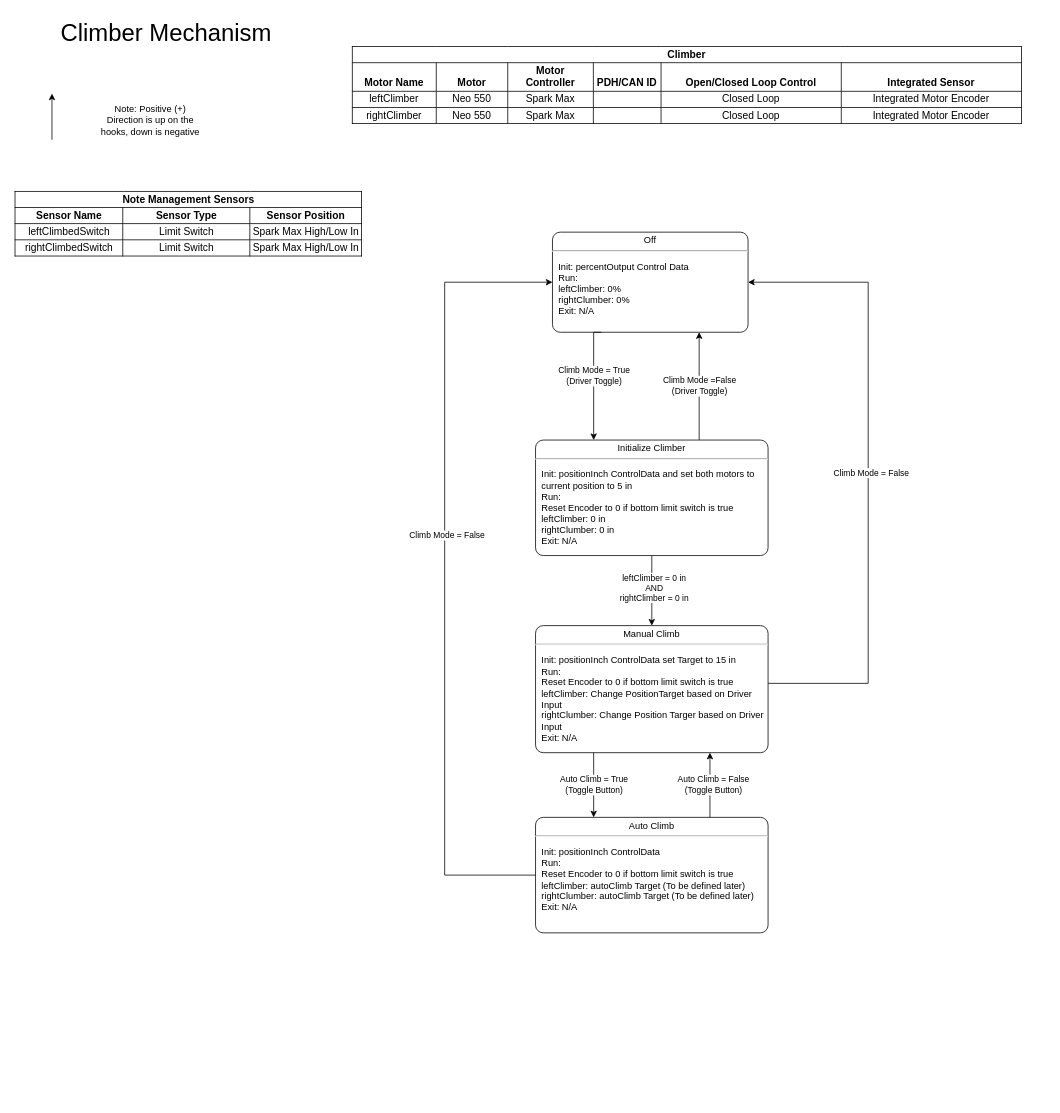
Earlier version of the draw.io diagram CodeDocumentation/Climber State Diagram.drawio (Team302/2024Crescendo). Source tidied: cells renumbered, new cells numbered last; positions are measured from the earlier drawing's top-left corner, leaving out a move shared by most shapes. Both pictures are drawn from the tidied source at 77%, with x=0, y=0 at pixel (13, 13).
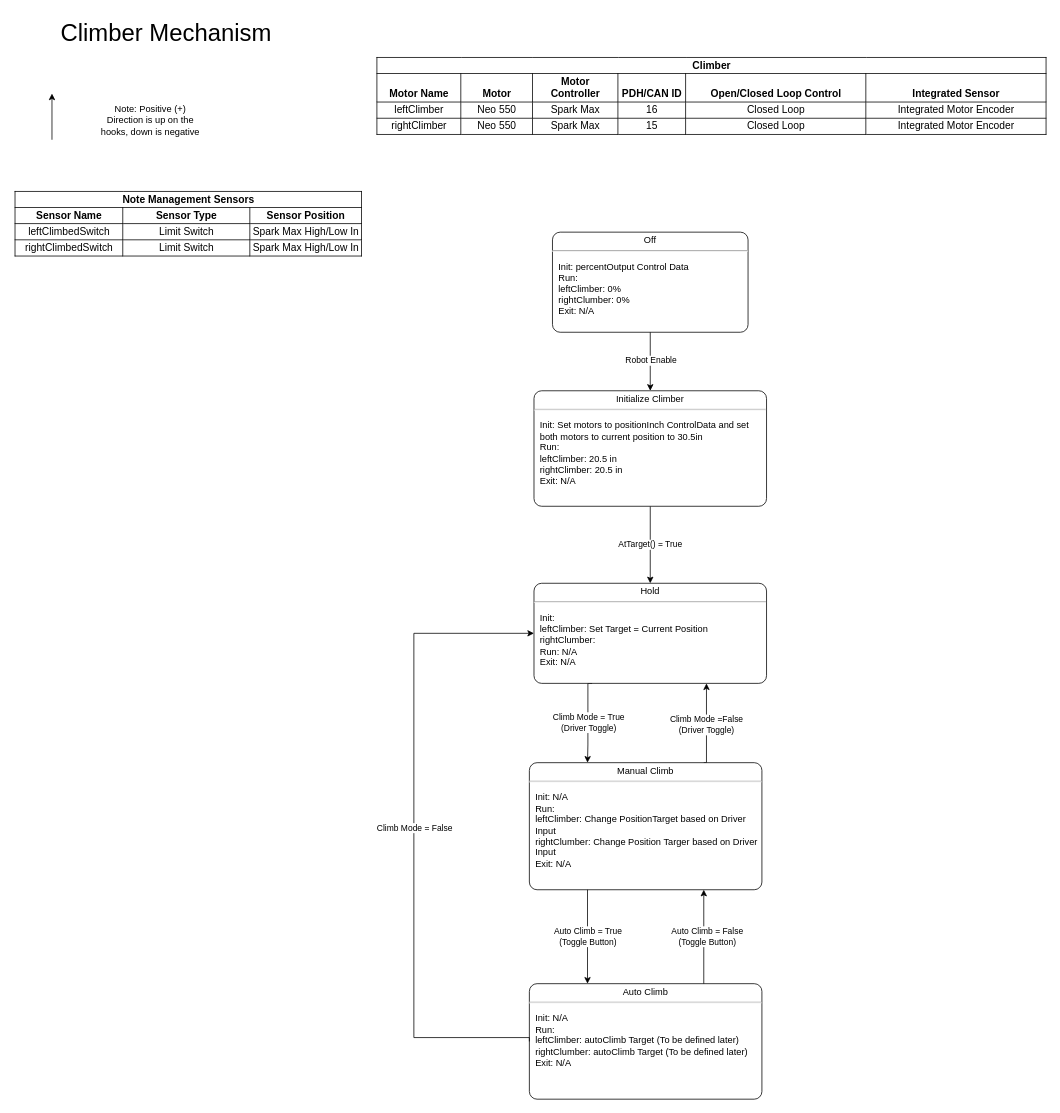
The same page after the edit.

The change refers to these unchanged cells:
```xml
<mxCell id="3" value="&lt;p style=&quot;margin:0px;margin-top:4px;text-align:center;&quot;&gt;Off&lt;/p&gt;&lt;hr&gt;&lt;p&gt;&lt;/p&gt;&lt;p style=&quot;margin:0px;margin-left:8px;text-align:left;&quot;&gt;Init: percentOutput Control Data&lt;br&gt;Run:&amp;nbsp;&lt;/p&gt;&lt;p style=&quot;margin:0px;margin-left:8px;text-align:left;&quot;&gt;leftClimber: 0%&lt;/p&gt;&lt;p style=&quot;margin:0px;margin-left:8px;text-align:left;&quot;&gt;rightClumber: 0%&lt;/p&gt;&lt;p style=&quot;margin:0px;margin-left:8px;text-align:left;&quot;&gt;Exit: N/A&lt;/p&gt;" style="shape=mxgraph.sysml.simpleState;html=1;overflow=fill;whiteSpace=wrap;align=center;" parent="1" vertex="1">
  <mxGeometry x="700" y="284" width="254" height="130" as="geometry" />
</mxCell>
```

The edit, as a diff of the source:
```diff
@@
-    <mxCell id="4" value="&#10;&lt;table style=&quot;table-layout:fixed;font-size:10pt;font-family:Arial;width:0px;border-collapse:collapse;border:none&quot; border=&quot;1&quot; dir=&quot;ltr&quot; cellpadding=&quot;0&quot; cellspacing=&quot;0&quot; xmlns=&quot;http://www.w3.org/1999/xhtml&quot;&gt;&lt;colgroup&gt;&lt;col width=&quot;109&quot;&gt;&lt;col width=&quot;93&quot;&gt;&lt;col width=&quot;111&quot;&gt;&lt;col width=&quot;88&quot;&gt;&lt;col width=&quot;234&quot;&gt;&lt;col width=&quot;234&quot;&gt;&lt;/colgroup&gt;&lt;tbody&gt;&lt;tr style=&quot;height:21px;&quot;&gt;&lt;td colspan=&quot;6&quot; rowspan=&quot;1&quot; style=&quot;border-top:1px solid #000000;border-right:1px solid #000000;border-bottom:1px solid #000000;border-left:1px solid #000000;overflow:hidden;padding:2px 3px 2px 3px;vertical-align:bottom;font-weight:bold;text-align:center;&quot;&gt;Climber&lt;/td&gt;&lt;/tr&gt;&lt;tr style=&quot;height:21px;&quot;&gt;&lt;td style=&quot;border-right:1px solid #000000;border-bottom:1px solid #000000;border-left:1px solid #000000;overflow:hidden;padding:2px 3px 2px 3px;vertical-align:bottom;font-weight:bold;text-align:center;&quot;&gt;Motor Name&lt;/td&gt;&lt;td style=&quot;border-right:1px solid #000000;border-bottom:1px solid #000000;overflow:hidden;padding:2px 3px 2px 3px;vertical-align:bottom;font-weight:bold;text-align:center;&quot;&gt;Motor&lt;/td&gt;&lt;td style=&quot;border-right:1px solid #000000;border-bottom:1px solid #000000;overflow:hidden;padding:2px 3px 2px 3px;vertical-align:bottom;font-weight:bold;text-align:center;&quot;&gt;Motor Controller&lt;/td&gt;&lt;td style=&quot;border-right:1px solid #000000;border-bottom:1px solid #000000;overflow:hidden;padding:2px 3px 2px 3px;vertical-align:bottom;font-weight:bold;text-align:center;&quot;&gt;PDH/CAN ID&lt;/td&gt;&lt;td style=&quot;border-right:1px solid #000000;border-bottom:1px solid #000000;overflow:hidden;padding:2px 3px 2px 3px;vertical-align:bottom;font-weight:bold;text-align:center;&quot;&gt;Open/Closed Loop Control&lt;/td&gt;&lt;td style=&quot;border-right:1px solid #000000;border-bottom:1px solid #000000;overflow:hidden;padding:2px 3px 2px 3px;vertical-align:bottom;font-weight:bold;text-align:center;&quot;&gt;Integrated Sensor&lt;/td&gt;&lt;/tr&gt;&lt;tr style=&quot;height:21px;&quot;&gt;&lt;td style=&quot;border-right:1px solid #000000;border-bottom:1px solid #000000;border-left:1px solid #000000;overflow:hidden;padding:2px 3px 2px 3px;vertical-align:middle;text-align:center;&quot;&gt;leftClimber&lt;/td&gt;&lt;td style=&quot;border-right:1px solid #000000;border-bottom:1px solid #000000;overflow:hidden;padding:2px 3px 2px 3px;vertical-align:middle;text-align:center;&quot;&gt;Neo 550&lt;/td&gt;&lt;td style=&quot;border-right:1px solid #000000;border-bottom:1px solid #000000;overflow:hidden;padding:2px 3px 2px 3px;vertical-align:middle;text-align:center;&quot;&gt;Spark Max&lt;/td&gt;&lt;td style=&quot;border-right:1px solid #000000;border-bottom:1px solid #000000;overflow:hidden;padding:2px 3px 2px 3px;vertical-align:middle;&quot;&gt;&lt;/td&gt;&lt;td style=&quot;border-right:1px solid #000000;border-bottom:1px solid #000000;overflow:hidden;padding:2px 3px 2px 3px;vertical-align:middle;text-align:center;&quot;&gt;Closed Loop&lt;/td&gt;&lt;td style=&quot;border-right: 1px solid rgb(0, 0, 0); border-bottom: 1px solid rgb(0, 0, 0); overflow: hidden; padding: 2px 3px; vertical-align: middle; overflow-wrap: break-word; text-align: center;&quot;&gt;Integrated Motor Encoder&lt;/td&gt;&lt;/tr&gt;&lt;tr style=&quot;height:21px;&quot;&gt;&lt;td style=&quot;border-right:1px solid #000000;border-bottom:1px solid #000000;border-left:1px solid #000000;overflow:hidden;padding:2px 3px 2px 3px;vertical-align:middle;text-align:center;&quot;&gt;rightClimber&lt;/td&gt;&lt;td style=&quot;border-right:1px solid #000000;border-bottom:1px solid #000000;overflow:hidden;padding:2px 3px 2px 3px;vertical-align:middle;text-align:center;&quot;&gt;Neo 550&lt;/td&gt;&lt;td style=&quot;border-right:1px solid #000000;border-bottom:1px solid #000000;overflow:hidden;padding:2px 3px 2px 3px;vertical-align:middle;text-align:center;&quot;&gt;Spark Max&lt;/td&gt;&lt;td style=&quot;border-right:1px solid #000000;border-bottom:1px solid #000000;overflow:hidden;padding:2px 3px 2px 3px;vertical-align:middle;&quot;&gt;&lt;/td&gt;&lt;td style=&quot;border-right:1px solid #000000;border-bottom:1px solid #000000;overflow:hidden;padding:2px 3px 2px 3px;vertical-align:middle;text-align:center;&quot;&gt;Closed Loop&lt;/td&gt;&lt;td style=&quot;border-right: 1px solid rgb(0, 0, 0); border-bottom: 1px solid rgb(0, 0, 0); overflow: hidden; padding: 2px 3px; vertical-align: middle; overflow-wrap: break-word; text-align: center;&quot;&gt;Integrated Motor Encoder&lt;/td&gt;&lt;/tr&gt;&lt;/tbody&gt;&lt;/table&gt;&#10;&#10;" style="text;html=1;strokeColor=none;fillColor=none;align=center;verticalAlign=middle;whiteSpace=wrap;rounded=0;" parent="1" vertex="1">
-      <mxGeometry x="769" y="50" width="211" height="100" as="geometry" />
-    </mxCell>
-    <mxCell id="5" value="&lt;p style=&quot;margin:0px;margin-top:4px;text-align:center;&quot;&gt;Initialize Climber&lt;/p&gt;&lt;hr&gt;&lt;p&gt;&lt;/p&gt;&lt;p style=&quot;margin:0px;margin-left:8px;text-align:left;&quot;&gt;Init: positionInch ControlData and set both motors to current position to 5 in&lt;br&gt;Run:&lt;/p&gt;&lt;p style=&quot;margin:0px;margin-left:8px;text-align:left;&quot;&gt;Reset Encoder to 0 if bottom limit switch is true&lt;/p&gt;&lt;p style=&quot;border-color: var(--border-color); margin: 0px 0px 0px 8px; text-align: left;&quot;&gt;leftClimber: 0 in&lt;/p&gt;&lt;p style=&quot;border-color: var(--border-color); margin: 0px 0px 0px 8px; text-align: left;&quot;&gt;rightClumber: 0 in&lt;/p&gt;&lt;p style=&quot;margin:0px;margin-left:8px;text-align:left;&quot;&gt;Exit: N/A&lt;/p&gt;" style="shape=mxgraph.sysml.simpleState;html=1;overflow=fill;whiteSpace=wrap;align=center;" parent="1" vertex="1">
-      <mxGeometry x="678" y="554" width="302" height="150" as="geometry" />
-    </mxCell>
@@
-    <mxCell id="8" style="edgeStyle=orthogonalEdgeStyle;rounded=0;jettySize=auto;html=1;entryX=0.25;entryY=0;entryDx=0;entryDy=0;entryPerimeter=0;exitX=0.25;exitY=1;exitDx=0;exitDy=0;exitPerimeter=0;" parent="1" edge="1" source="3" target="5">
+    <mxCell id="8" style="edgeStyle=orthogonalEdgeStyle;rounded=0;jettySize=auto;html=1;exitX=0.25;exitY=1;exitDx=0;exitDy=0;exitPerimeter=0;entryX=0.25;entryY=0;entryDx=0;entryDy=0;entryPerimeter=0;" parent="1" edge="1" source="28" target="12">
       <mxGeometry relative="1" as="geometry">
         <Array as="points">
-          <mxPoint x="753" y="414" />
-          <mxPoint x="753" y="554" />
+          <mxPoint x="746" y="870" />
+          <mxPoint x="746" y="950" />
         </Array>
       </mxGeometry>
     </mxCell>
     <mxCell id="9" value="Climb Mode = True&lt;br&gt;(Driver Toggle)" style="edgeLabel;html=1;align=center;verticalAlign=middle;" parent="8" vertex="1">
       <mxGeometry x="-0.11" y="3" relative="1" as="geometry">
-        <mxPoint x="-3" y="-1" as="offset" />
+        <mxPoint x="-3" y="8" as="offset" />
       </mxGeometry>
     </mxCell>
@@
-    <mxCell id="11" value="Climb Mode =False&lt;br&gt;(Driver Toggle)" style="edgeStyle=orthogonalEdgeStyle;rounded=0;jettySize=auto;html=1;entryX=0.75;entryY=1;entryDx=0;entryDy=0;entryPerimeter=0;" parent="1" edge="1" source="5" target="3">
+    <mxCell id="11" value="Climb Mode =False&lt;br&gt;(Driver Toggle)" style="edgeStyle=orthogonalEdgeStyle;rounded=0;jettySize=auto;html=1;entryX=0.75;entryY=1;entryDx=0;entryDy=0;entryPerimeter=0;exitX=0.75;exitY=0;exitDx=0;exitDy=0;exitPerimeter=0;" parent="1" edge="1" source="12">
       <mxGeometry relative="1" as="geometry">
+        <mxPoint x="900" y="870" as="targetPoint" />
         <Array as="points">
-          <mxPoint x="890" y="484" />
+          <mxPoint x="900" y="973" />
         </Array>
       </mxGeometry>
     </mxCell>
-    <mxCell id="12" value="&lt;p style=&quot;margin:0px;margin-top:4px;text-align:center;&quot;&gt;Manual Climb&lt;/p&gt;&lt;hr&gt;&lt;p&gt;&lt;/p&gt;&lt;p style=&quot;margin:0px;margin-left:8px;text-align:left;&quot;&gt;Init: positionInch ControlData set Target to 15 in&lt;br&gt;Run:&lt;/p&gt;&lt;p style=&quot;margin:0px;margin-left:8px;text-align:left;&quot;&gt;Reset Encoder to 0 if bottom limit switch is true&lt;/p&gt;&lt;p style=&quot;border-color: var(--border-color); margin: 0px 0px 0px 8px; text-align: left;&quot;&gt;leftClimber: Change PositionTarget based on Driver Input&lt;/p&gt;&lt;p style=&quot;border-color: var(--border-color); margin: 0px 0px 0px 8px; text-align: left;&quot;&gt;rightClumber: Change Position Targer based on Driver Input&lt;/p&gt;&lt;p style=&quot;margin:0px;margin-left:8px;text-align:left;&quot;&gt;Exit: N/A&lt;/p&gt;" style="shape=mxgraph.sysml.simpleState;html=1;overflow=fill;whiteSpace=wrap;align=center;" parent="1" vertex="1">
-      <mxGeometry x="678" y="795" width="302" height="165" as="geometry" />
+    <mxCell id="12" value="&lt;p style=&quot;margin:0px;margin-top:4px;text-align:center;&quot;&gt;Manual Climb&lt;/p&gt;&lt;hr&gt;&lt;p&gt;&lt;/p&gt;&lt;p style=&quot;margin:0px;margin-left:8px;text-align:left;&quot;&gt;Init: N/A&lt;br&gt;Run:&lt;/p&gt;&lt;p style=&quot;border-color: var(--border-color); margin: 0px 0px 0px 8px; text-align: left;&quot;&gt;leftClimber: Change PositionTarget based on Driver Input&lt;/p&gt;&lt;p style=&quot;border-color: var(--border-color); margin: 0px 0px 0px 8px; text-align: left;&quot;&gt;rightClumber: Change Position Targer based on Driver Input&lt;/p&gt;&lt;p style=&quot;margin:0px;margin-left:8px;text-align:left;&quot;&gt;Exit: N/A&lt;/p&gt;" style="shape=mxgraph.sysml.simpleState;html=1;overflow=fill;whiteSpace=wrap;align=center;" parent="1" vertex="1">
+      <mxGeometry x="670" y="973" width="302" height="165" as="geometry" />
     </mxCell>
-    <mxCell id="13" style="edgeStyle=orthogonalEdgeStyle;rounded=0;jettySize=auto;html=1;entryX=0.5;entryY=0;entryDx=0;entryDy=0;entryPerimeter=0;" parent="1" edge="1" source="5" target="12">
-      <mxGeometry relative="1" as="geometry" />
-    </mxCell>
-    <mxCell id="14" value="leftClimber = 0 in&lt;br&gt;AND&lt;br&gt;rightClimber = 0 in" style="edgeLabel;html=1;align=center;verticalAlign=middle;" parent="13" vertex="1">
-      <mxGeometry x="-0.09" y="2" relative="1" as="geometry" />
-    </mxCell>
-    <mxCell id="15" style="edgeStyle=orthogonalEdgeStyle;rounded=0;jettySize=auto;html=1;entryX=1;entryY=0.5;entryDx=0;entryDy=0;entryPerimeter=0;" parent="1" edge="1" source="12" target="3">
-      <mxGeometry relative="1" as="geometry">
-        <Array as="points">
-          <mxPoint x="1110" y="870" />
-          <mxPoint x="1110" y="349" />
-        </Array>
-      </mxGeometry>
-    </mxCell>
-    <mxCell id="16" value="Climb Mode = False" style="edgeLabel;html=1;align=center;verticalAlign=middle;" parent="15" vertex="1">
-      <mxGeometry y="-3" relative="1" as="geometry" />
-    </mxCell>
-    <mxCell id="17" value="&lt;p style=&quot;margin:0px;margin-top:4px;text-align:center;&quot;&gt;Auto Climb&lt;/p&gt;&lt;hr&gt;&lt;p&gt;&lt;/p&gt;&lt;p style=&quot;margin:0px;margin-left:8px;text-align:left;&quot;&gt;Init: positionInch ControlData&amp;nbsp;&lt;br&gt;Run:&lt;/p&gt;&lt;p style=&quot;margin:0px;margin-left:8px;text-align:left;&quot;&gt;Reset Encoder to 0 if bottom limit switch is true&lt;/p&gt;&lt;p style=&quot;border-color: var(--border-color); margin: 0px 0px 0px 8px; text-align: left;&quot;&gt;leftClimber: autoClimb Target (To be defined later)&lt;/p&gt;&lt;p style=&quot;border-color: var(--border-color); margin: 0px 0px 0px 8px; text-align: left;&quot;&gt;rightClumber: autoClimb Target (To be defined later)&lt;/p&gt;&lt;p style=&quot;margin:0px;margin-left:8px;text-align:left;&quot;&gt;Exit: N/A&lt;/p&gt;" style="shape=mxgraph.sysml.simpleState;html=1;overflow=fill;whiteSpace=wrap;align=center;" parent="1" vertex="1">
-      <mxGeometry x="678" y="1044" width="302" height="150" as="geometry" />
+    <mxCell id="17" value="&lt;p style=&quot;margin:0px;margin-top:4px;text-align:center;&quot;&gt;Auto Climb&lt;/p&gt;&lt;hr&gt;&lt;p&gt;&lt;/p&gt;&lt;p style=&quot;margin:0px;margin-left:8px;text-align:left;&quot;&gt;Init: N/A&lt;br&gt;Run:&lt;/p&gt;&lt;p style=&quot;margin:0px;margin-left:8px;text-align:left;&quot;&gt;&lt;span style=&quot;background-color: initial;&quot;&gt;leftClimber: autoClimb Target (To be defined later)&lt;/span&gt;&lt;br&gt;&lt;/p&gt;&lt;p style=&quot;border-color: var(--border-color); margin: 0px 0px 0px 8px; text-align: left;&quot;&gt;rightClumber: autoClimb Target (To be defined later)&lt;/p&gt;&lt;p style=&quot;margin:0px;margin-left:8px;text-align:left;&quot;&gt;Exit: N/A&lt;/p&gt;" style="shape=mxgraph.sysml.simpleState;html=1;overflow=fill;whiteSpace=wrap;align=center;" parent="1" vertex="1">
+      <mxGeometry x="670" y="1260" width="302" height="150" as="geometry" />
     </mxCell>
@@
-    <mxCell id="21" style="edgeStyle=orthogonalEdgeStyle;rounded=0;jettySize=auto;html=1;entryX=0;entryY=0.5;entryDx=0;entryDy=0;entryPerimeter=0;" parent="1" edge="1" source="17" target="3">
+    <mxCell id="21" style="edgeStyle=orthogonalEdgeStyle;rounded=0;jettySize=auto;html=1;entryX=0;entryY=0.5;entryDx=0;entryDy=0;entryPerimeter=0;exitX=0;exitY=0.5;exitDx=0;exitDy=0;exitPerimeter=0;" parent="1" edge="1" source="17" target="28">
       <mxGeometry relative="1" as="geometry">
         <Array as="points">
-          <mxPoint x="560" y="1119" />
-          <mxPoint x="560" y="349" />
+          <mxPoint x="670" y="1330" />
+          <mxPoint x="520" y="1330" />
+          <mxPoint x="520" y="805" />
         </Array>
       </mxGeometry>
     </mxCell>
     <mxCell id="22" value="Climb Mode = False" style="edgeLabel;html=1;align=center;verticalAlign=middle;" parent="21" vertex="1">
-      <mxGeometry x="0.09" y="-2" relative="1" as="geometry" />
+      <mxGeometry x="0.09" y="-2" relative="1" as="geometry">
+        <mxPoint x="-2" y="28" as="offset" />
+      </mxGeometry>
     </mxCell>
+    <mxCell id="23" value="&lt;table xmlns=&quot;http://www.w3.org/1999/xhtml&quot; cellspacing=&quot;0&quot; cellpadding=&quot;0&quot; dir=&quot;ltr&quot; border=&quot;1&quot; style=&quot;table-layout:fixed;font-size:10pt;font-family:Arial;width:0px;border-collapse:collapse;border:none&quot;&gt;&lt;colgroup&gt;&lt;col width=&quot;109&quot;&gt;&lt;col width=&quot;93&quot;&gt;&lt;col width=&quot;111&quot;&gt;&lt;col width=&quot;88&quot;&gt;&lt;col width=&quot;234&quot;&gt;&lt;col width=&quot;234&quot;&gt;&lt;/colgroup&gt;&lt;tbody&gt;&lt;tr style=&quot;height:21px;&quot;&gt;&lt;td style=&quot;border-top:1px solid #000000;border-right:1px solid #000000;border-bottom:1px solid #000000;border-left:1px solid #000000;overflow:hidden;padding:2px 3px 2px 3px;vertical-align:bottom;font-weight:bold;text-align:center;&quot; rowspan=&quot;1&quot; colspan=&quot;6&quot;&gt;Climber&lt;/td&gt;&lt;/tr&gt;&lt;tr style=&quot;height:21px;&quot;&gt;&lt;td style=&quot;border-right:1px solid #000000;border-bottom:1px solid #000000;border-left:1px solid #000000;overflow:hidden;padding:2px 3px 2px 3px;vertical-align:bottom;font-weight:bold;text-align:center;&quot;&gt;Motor Name&lt;/td&gt;&lt;td style=&quot;border-right:1px solid #000000;border-bottom:1px solid #000000;overflow:hidden;padding:2px 3px 2px 3px;vertical-align:bottom;font-weight:bold;text-align:center;&quot;&gt;Motor&lt;/td&gt;&lt;td style=&quot;border-right:1px solid #000000;border-bottom:1px solid #000000;overflow:hidden;padding:2px 3px 2px 3px;vertical-align:bottom;font-weight:bold;text-align:center;&quot;&gt;Motor Controller&lt;/td&gt;&lt;td style=&quot;border-right:1px solid #000000;border-bottom:1px solid #000000;overflow:hidden;padding:2px 3px 2px 3px;vertical-align:bottom;font-weight:bold;text-align:center;&quot;&gt;PDH/CAN ID&lt;/td&gt;&lt;td style=&quot;border-right:1px solid #000000;border-bottom:1px solid #000000;overflow:hidden;padding:2px 3px 2px 3px;vertical-align:bottom;font-weight:bold;text-align:center;&quot;&gt;Open/Closed Loop Control&lt;/td&gt;&lt;td style=&quot;border-right:1px solid #000000;border-bottom:1px solid #000000;overflow:hidden;padding:2px 3px 2px 3px;vertical-align:bottom;font-weight:bold;text-align:center;&quot;&gt;Integrated Sensor&lt;/td&gt;&lt;/tr&gt;&lt;tr style=&quot;height:21px;&quot;&gt;&lt;td style=&quot;border-right:1px solid #000000;border-bottom:1px solid #000000;border-left:1px solid #000000;overflow:hidden;padding:2px 3px 2px 3px;vertical-align:middle;text-align:center;&quot;&gt;leftClimber&lt;/td&gt;&lt;td style=&quot;border-right:1px solid #000000;border-bottom:1px solid #000000;overflow:hidden;padding:2px 3px 2px 3px;vertical-align:middle;text-align:center;&quot;&gt;Neo 550&lt;/td&gt;&lt;td style=&quot;border-right:1px solid #000000;border-bottom:1px solid #000000;overflow:hidden;padding:2px 3px 2px 3px;vertical-align:middle;text-align:center;&quot;&gt;Spark Max&lt;/td&gt;&lt;td style=&quot;border-right:1px solid #000000;border-bottom:1px solid #000000;overflow:hidden;padding:2px 3px 2px 3px;vertical-align:middle;text-align:center;&quot;&gt;16&lt;/td&gt;&lt;td style=&quot;border-right:1px solid #000000;border-bottom:1px solid #000000;overflow:hidden;padding:2px 3px 2px 3px;vertical-align:middle;text-align:center;&quot;&gt;Closed Loop&lt;/td&gt;&lt;td style=&quot;border-right: 1px solid rgb(0, 0, 0); border-bottom: 1px solid rgb(0, 0, 0); overflow: hidden; padding: 2px 3px; vertical-align: middle; overflow-wrap: break-word; text-align: center;&quot;&gt;Integrated Motor Encoder&lt;/td&gt;&lt;/tr&gt;&lt;tr style=&quot;height:21px;&quot;&gt;&lt;td style=&quot;border-right:1px solid #000000;border-bottom:1px solid #000000;border-left:1px solid #000000;overflow:hidden;padding:2px 3px 2px 3px;vertical-align:middle;text-align:center;&quot;&gt;rightClimber&lt;/td&gt;&lt;td style=&quot;border-right:1px solid #000000;border-bottom:1px solid #000000;overflow:hidden;padding:2px 3px 2px 3px;vertical-align:middle;text-align:center;&quot;&gt;Neo 550&lt;/td&gt;&lt;td style=&quot;border-right:1px solid #000000;border-bottom:1px solid #000000;overflow:hidden;padding:2px 3px 2px 3px;vertical-align:middle;text-align:center;&quot;&gt;Spark Max&lt;/td&gt;&lt;td style=&quot;border-right:1px solid #000000;border-bottom:1px solid #000000;overflow:hidden;padding:2px 3px 2px 3px;vertical-align:middle;text-align:center;&quot;&gt;15&lt;/td&gt;&lt;td style=&quot;border-right:1px solid #000000;border-bottom:1px solid #000000;overflow:hidden;padding:2px 3px 2px 3px;vertical-align:middle;text-align:center;&quot;&gt;Closed Loop&lt;/td&gt;&lt;td style=&quot;border-right: 1px solid rgb(0, 0, 0); border-bottom: 1px solid rgb(0, 0, 0); overflow: hidden; padding: 2px 3px; vertical-align: middle; overflow-wrap: break-word; text-align: center;&quot;&gt;Integrated Motor Encoder&lt;/td&gt;&lt;/tr&gt;&lt;/tbody&gt;&lt;/table&gt;" style="text;whiteSpace=wrap;html=1;" parent="1" vertex="1">
+      <mxGeometry x="470" y="50" width="560" height="120" as="geometry" />
+    </mxCell>
+    <mxCell id="24" value="AtTarget() = True" style="edgeStyle=orthogonalEdgeStyle;rounded=0;jettySize=auto;html=1;" parent="1" edge="1" source="25" target="28">
+      <mxGeometry relative="1" as="geometry" />
+    </mxCell>
+    <mxCell id="25" value="&lt;p style=&quot;margin:0px;margin-top:4px;text-align:center;&quot;&gt;Initialize Climber&lt;/p&gt;&lt;hr&gt;&lt;p&gt;&lt;/p&gt;&lt;p style=&quot;margin:0px;margin-left:8px;text-align:left;&quot;&gt;Init: Set motors to positionInch ControlData and set both motors to current position to 30.5in&amp;nbsp;&lt;br&gt;Run:&lt;/p&gt;&lt;p style=&quot;border-color: var(--border-color); margin: 0px 0px 0px 8px; text-align: left;&quot;&gt;leftClimber: 20.5 in&lt;/p&gt;&lt;p style=&quot;border-color: var(--border-color); margin: 0px 0px 0px 8px; text-align: left;&quot;&gt;rightClimber: 20.5 in&lt;/p&gt;&lt;p style=&quot;margin:0px;margin-left:8px;text-align:left;&quot;&gt;Exit: N/A&lt;/p&gt;" style="shape=mxgraph.sysml.simpleState;html=1;overflow=fill;whiteSpace=wrap;align=center;" parent="1" vertex="1">
+      <mxGeometry x="676" y="490" width="302" height="150" as="geometry" />
+    </mxCell>
+    <mxCell id="26" style="edgeStyle=orthogonalEdgeStyle;rounded=0;jettySize=auto;html=1;entryX=0.5;entryY=0;entryDx=0;entryDy=0;entryPerimeter=0;" parent="1" edge="1" source="3" target="25">
+      <mxGeometry relative="1" as="geometry" />
+    </mxCell>
+    <mxCell id="27" value="Robot Enable" style="edgeLabel;html=1;align=center;verticalAlign=middle;" parent="26" vertex="1">
+      <mxGeometry x="-0.05" relative="1" as="geometry" />
+    </mxCell>
+    <mxCell id="28" value="&lt;p style=&quot;margin:0px;margin-top:4px;text-align:center;&quot;&gt;Hold&lt;/p&gt;&lt;hr&gt;&lt;p&gt;&lt;/p&gt;&lt;p style=&quot;margin:0px;margin-left:8px;text-align:left;&quot;&gt;Init:&amp;nbsp;&lt;/p&gt;&lt;p style=&quot;margin:0px;margin-left:8px;text-align:left;&quot;&gt;leftClimber: Set Target = Current Position&lt;/p&gt;&lt;p style=&quot;border-color: var(--border-color); margin: 0px 0px 0px 8px; text-align: left;&quot;&gt;rightClumber:&amp;nbsp;&lt;/p&gt;&lt;p style=&quot;margin:0px;margin-left:8px;text-align:left;&quot;&gt;Run: N/A&amp;nbsp;&lt;/p&gt;&lt;p style=&quot;margin:0px;margin-left:8px;text-align:left;&quot;&gt;&lt;span style=&quot;background-color: initial;&quot;&gt;Exit: N/A&lt;/span&gt;&lt;br&gt;&lt;/p&gt;" style="shape=mxgraph.sysml.simpleState;html=1;overflow=fill;whiteSpace=wrap;align=center;" parent="1" vertex="1">
+      <mxGeometry x="676" y="740" width="302" height="130" as="geometry" />
+    </mxCell>
```
